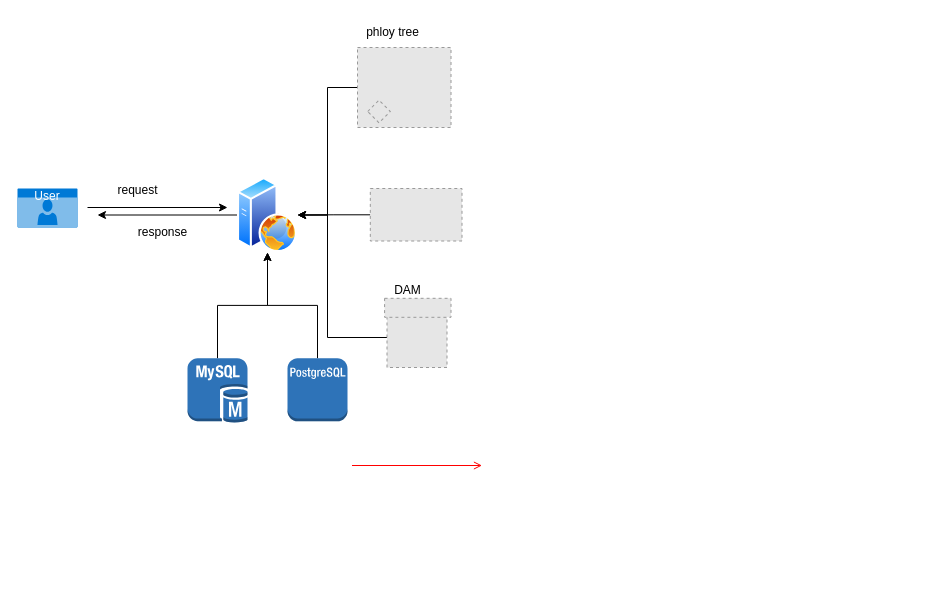
Before: notes/未命名绘图.drawio in Jiangjao/bioinformatics, a draw.io diagram. Source tidied: cells renumbered, new cells numbered last; positions are measured from the earlier drawing's top-left corner, leaving out a move shared by most shapes. Both pictures are drawn from the tidied source at 100%, with x=0, y=0 at pixel (17, 17). Pictures stored in the file or linked from it are replaced by grey dashed boxes.
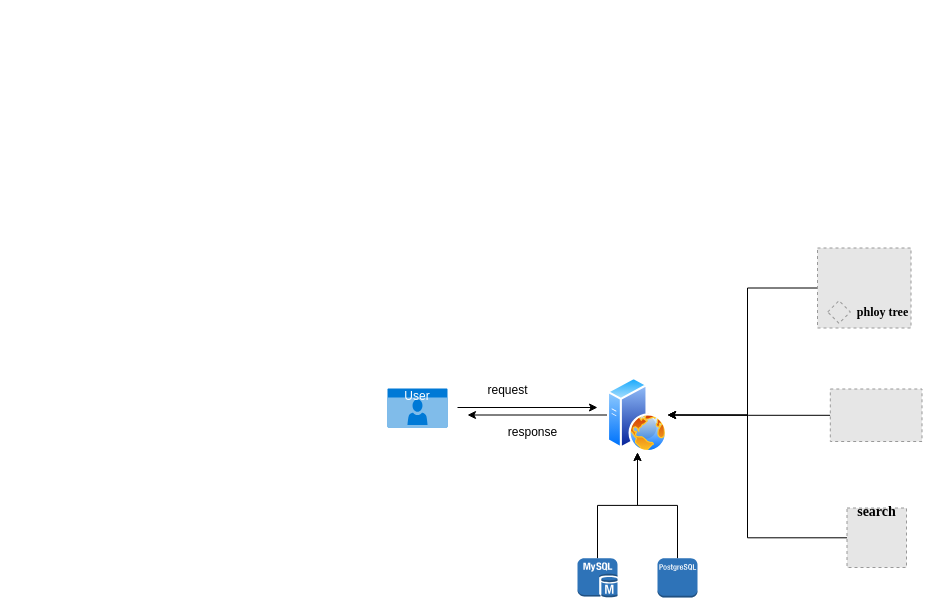
After the change.

Commit message:
更新未命名绘图.drawio

Diff of the diagram source:
```diff
@@
-    <mxCell id="2" style="endArrow=open;strokeColor=#FF0000;endFill=1;rounded=0;" parent="1" edge="1">
-      <mxGeometry relative="1" as="geometry">
-        <mxPoint x="334.5" y="448" as="sourcePoint" />
-        <mxPoint x="464.5" y="448" as="targetPoint" />
-      </mxGeometry>
-    </mxCell>
     <mxCell id="3" style="edgeStyle=orthogonalEdgeStyle;rounded=0;orthogonalLoop=1;jettySize=auto;html=1;" parent="1" edge="1">
       <mxGeometry relative="1" as="geometry">
-        <mxPoint x="70" y="190" as="sourcePoint" />
-        <mxPoint x="210" y="190" as="targetPoint" />
+        <mxPoint x="440" y="390" as="sourcePoint" />
+        <mxPoint x="580" y="390" as="targetPoint" />
       </mxGeometry>
     </mxCell>
@@
     <mxCell id="5" style="outlineConnect=0;dashed=0;verticalLabelPosition=bottom;verticalAlign=top;align=center;html=1;shape=mxgraph.aws3.mysql_db_instance;fillColor=#2E73B8;gradientColor=none;" parent="1" vertex="1">
-      <mxGeometry x="170" y="340.8" width="60" height="64.5" as="geometry" />
+      <mxGeometry x="560" y="540.8" width="40" height="39.2" as="geometry" />
     </mxCell>
     <mxCell id="6" style="edgeStyle=orthogonalEdgeStyle;rounded=0;jettySize=auto;html=1;" parent="1" edge="1" source="7">
       <mxGeometry relative="1" as="geometry">
-        <mxPoint x="80" y="197.5" as="targetPoint" />
+        <mxPoint x="450" y="397.5" as="targetPoint" />
       </mxGeometry>
     </mxCell>
     <mxCell id="7" style="image;perimeter=ellipsePerimeter;html=1;align=center;shadow=0;dashed=0;spacingTop=3;image=img/lib/active_directory/web_server.svg;" parent="1" vertex="1">
-      <mxGeometry x="220" y="160" width="60" height="75" as="geometry" />
+      <mxGeometry x="590" y="360" width="60" height="75" as="geometry" />
     </mxCell>
     <mxCell id="8" value="User" style="html=1;whiteSpace=wrap;strokeColor=none;fillColor=#0079D6;labelPosition=center;verticalLabelPosition=middle;verticalAlign=top;align=center;fontSize=12;spacingTop=-6;fontColor=#FFFFFF;sketch=0;shape=mxgraph.sitemap.user;" parent="1" vertex="1">
-      <mxGeometry y="171" width="60" height="39" as="geometry" />
+      <mxGeometry x="370" y="371" width="60" height="39" as="geometry" />
     </mxCell>
     <mxCell id="9" value="request" style="text;html=1;align=center;verticalAlign=middle;strokeColor=none;fillColor=none;" parent="1" vertex="1">
-      <mxGeometry x="90" y="158" width="60" height="30" as="geometry" />
+      <mxGeometry x="460" y="358" width="60" height="30" as="geometry" />
     </mxCell>
     <mxCell id="10" value="response" style="text;html=1;align=center;verticalAlign=middle;strokeColor=none;fillColor=none;" parent="1" vertex="1">
-      <mxGeometry x="110" y="200" width="70" height="30" as="geometry" />
+      <mxGeometry x="480" y="400" width="70" height="30" as="geometry" />
     </mxCell>
@@
     <mxCell id="12" style="outlineConnect=0;dashed=0;verticalLabelPosition=bottom;verticalAlign=top;align=center;html=1;shape=mxgraph.aws3.postgre_sql_instance;fillColor=#2E73B8;gradientColor=none;" parent="1" vertex="1">
-      <mxGeometry x="270" y="340.8" width="60" height="63" as="geometry" />
+      <mxGeometry x="640" y="540.8" width="40" height="39.2" as="geometry" />
     </mxCell>
     <mxCell id="13" style="edgeStyle=orthogonalEdgeStyle;rounded=0;jettySize=auto;html=1;entryX=1;entryY=0.5;entryDx=0;entryDy=0;" parent="1" edge="1" source="14" target="7">
-      <mxGeometry relative="1" as="geometry" />
+      <mxGeometry relative="1" as="geometry">
+        <Array as="points">
+          <mxPoint x="730" y="270" />
+          <mxPoint x="730" y="398" />
+        </Array>
+      </mxGeometry>
     </mxCell>
     <mxCell id="14" style="fillColor=#E6E6E6;strokeColor=#999999;dashed=1;verticalLabelPosition=bottom;labelBackgroundColor=default;verticalAlign=top;" parent="1" vertex="1">
-      <mxGeometry x="340" y="30" width="93.5" height="80" as="geometry" />
+      <mxGeometry x="800" y="230.5" width="93.5" height="80" as="geometry" />
     </mxCell>
     <mxCell id="15" style="fillColor=#E6E6E6;strokeColor=#999999;dashed=1;verticalLabelPosition=bottom;labelBackgroundColor=default;verticalAlign=top;rotation=-45;" parent="1" vertex="1">
-      <mxGeometry x="353.5" y="86" width="16" height="16" as="geometry" />
+      <mxGeometry x="813.5" y="286.5" width="16" height="16" as="geometry" />
     </mxCell>
-    <mxCell id="16" value="phloy tree" style="text;html=1;align=center;verticalAlign=middle;strokeColor=none;fillColor=none;" parent="1" vertex="1">
-      <mxGeometry x="335" width="80" height="30" as="geometry" />
+    <mxCell id="16" value="&lt;font style=&quot;font-size: 12px;&quot; face=&quot;Times New Roman&quot;&gt;&lt;b style=&quot;&quot;&gt;phloy tree&lt;/b&gt;&lt;/font&gt;" style="text;html=1;align=center;verticalAlign=middle;strokeColor=none;fillColor=none;" parent="1" vertex="1">
+      <mxGeometry x="829.5" y="279.5" width="70" height="30" as="geometry" />
     </mxCell>
@@
     <mxCell id="18" style="fillColor=#E6E6E6;strokeColor=#999999;dashed=1;verticalLabelPosition=bottom;labelBackgroundColor=default;verticalAlign=top;" parent="1" vertex="1">
-      <mxGeometry x="352.8" y="171" width="91.7" height="52.5" as="geometry" />
+      <mxGeometry x="812.8" y="371.5" width="91.7" height="52.5" as="geometry" />
     </mxCell>
     <mxCell id="19" style="edgeStyle=orthogonalEdgeStyle;rounded=0;jettySize=auto;html=1;entryX=1;entryY=0.5;entryDx=0;entryDy=0;" parent="1" edge="1" source="20" target="7">
       <mxGeometry relative="1" as="geometry">
         <Array as="points">
-          <mxPoint x="310" y="320" />
-          <mxPoint x="310" y="197" />
+          <mxPoint x="730" y="520" />
+          <mxPoint x="730" y="398" />
         </Array>
       </mxGeometry>
     </mxCell>
+    <mxCell id="21" style="fillColor=#E6E6E6;strokeColor=#999999;dashed=1;verticalLabelPosition=bottom;labelBackgroundColor=default;verticalAlign=top;" parent="1" vertex="1">
+      <mxGeometry x="842.5" y="500.5" width="34" height="9.8" as="geometry" />
+    </mxCell>
     <mxCell id="20" style="fillColor=#E6E6E6;strokeColor=#999999;dashed=1;verticalLabelPosition=bottom;labelBackgroundColor=default;verticalAlign=top;" parent="1" vertex="1">
-      <mxGeometry x="369.5" y="290" width="60" height="60" as="geometry" />
+      <mxGeometry x="829.5" y="490.5" width="59.5" height="59.5" as="geometry" />
     </mxCell>
-    <mxCell id="21" style="fillColor=#E6E6E6;strokeColor=#999999;dashed=1;verticalLabelPosition=bottom;labelBackgroundColor=default;verticalAlign=top;" parent="1" vertex="1">
-      <mxGeometry x="367.1" y="280.8" width="66.4" height="19" as="geometry" />
-    </mxCell>
-    <mxCell id="22" value="DAM" style="text;html=1;align=center;verticalAlign=middle;strokeColor=none;fillColor=none;" parent="1" vertex="1">
-      <mxGeometry x="365" y="258" width="50" height="30" as="geometry" />
+    <mxCell id="22" value="&lt;font style=&quot;font-size: 14px;&quot; face=&quot;Times New Roman&quot;&gt;&lt;b&gt;search&lt;/b&gt;&lt;/font&gt;" style="text;html=1;align=center;verticalAlign=middle;strokeColor=none;fillColor=none;" parent="1" vertex="1">
+      <mxGeometry x="828.6" y="480.2" width="60" height="30" as="geometry" />
     </mxCell>
```
